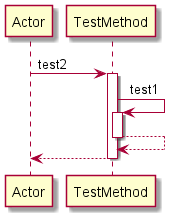
This is Diagrams/SAFE/test2.png from manucapo/Gardener, a PlantUML export, as it was before one commit. Its diagram source:
```plantuml
@startuml
participant Actor
Actor -> TestMethod: test2
activate TestMethod
TestMethod -> TestMethod: test1
activate TestMethod
TestMethod-->TestMethod
deactivate TestMethod
return
@enduml
```
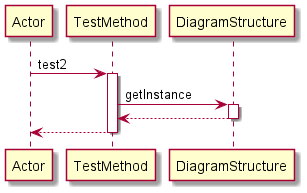
Above is the later version.

Diff of the diagram source:
```diff
@@ -2,9 +2,9 @@
 participant Actor
 Actor -> TestMethod: test2
 activate TestMethod
-TestMethod -> TestMethod: test1
-activate TestMethod
-TestMethod-->TestMethod
-deactivate TestMethod
+TestMethod -> DiagramStructure: getInstance
+activate DiagramStructure
+DiagramStructure-->TestMethod
+deactivate DiagramStructure
 return
 @enduml
```
